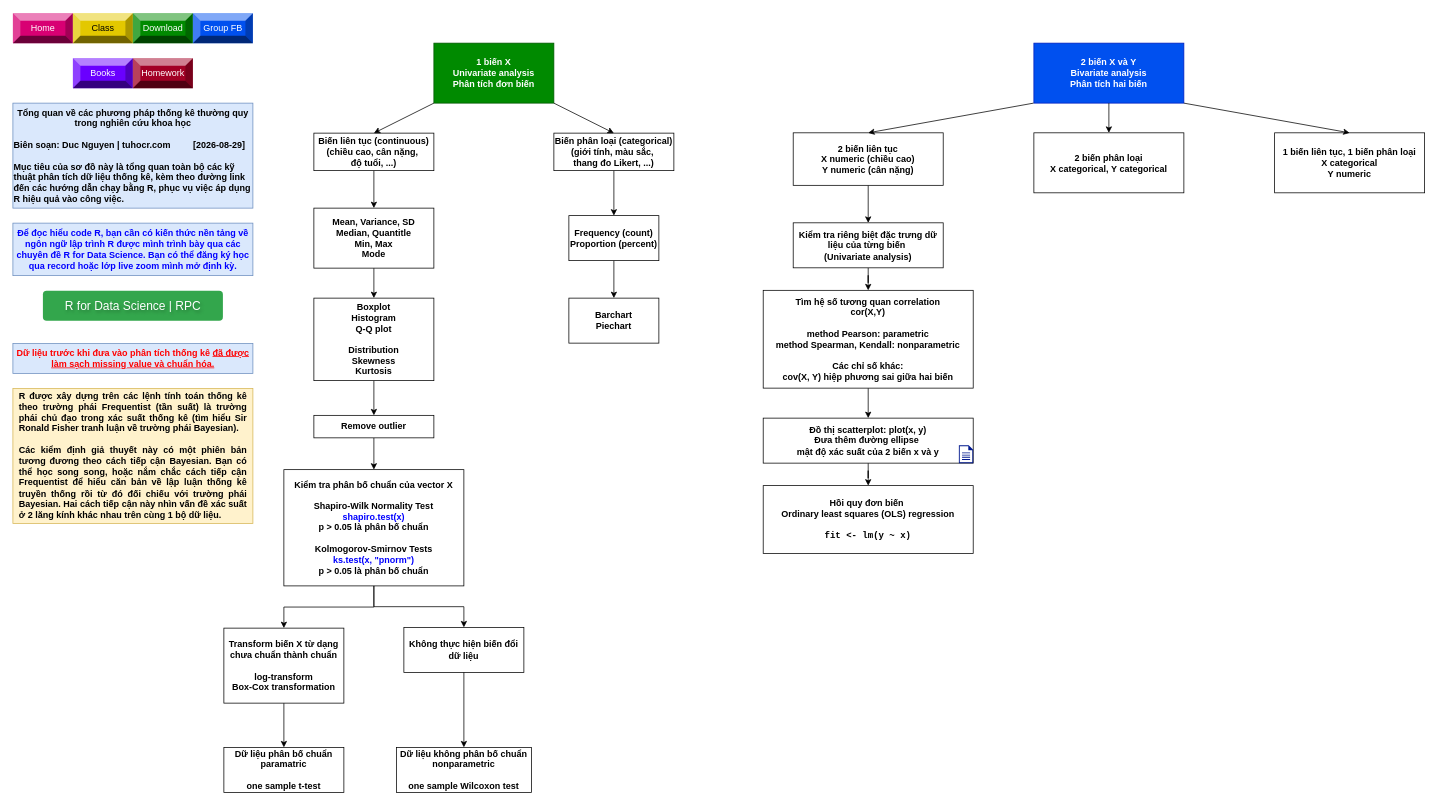
Before: blog/cac-phuong-phap-thong-ke-thuong-quy/roadmap.drawio in tuhocr/thongkevavedothi, a draw.io diagram. Source tidied: cells renumbered, new cells numbered last; positions are measured from the earlier drawing's top-left corner, leaving out a move shared by most shapes. Both pictures are drawn from the tidied source at 75%, with x=0, y=0 at pixel (13, 13). Pictures stored in the file or linked from it are replaced by grey dashed boxes.
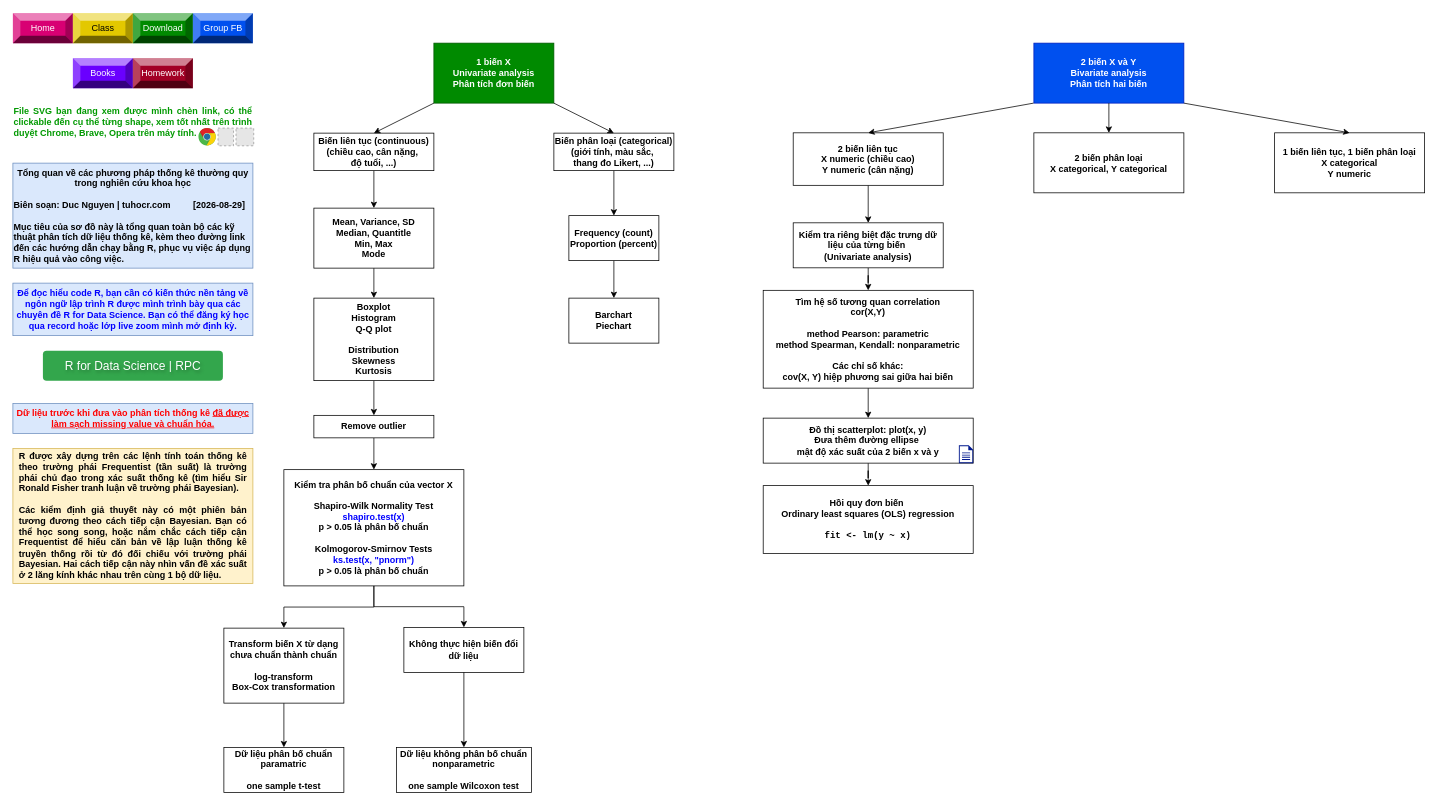
The same diagram, later.

The edit, as a diff of the source:
```diff
@@
     <mxCell id="26" value="&lt;span style=&quot;color: rgb(255, 0, 0);&quot;&gt;Dữ liệu trước khi đưa vào phân tích thống kê &lt;u&gt;đã được&lt;/u&gt; &lt;u&gt;làm sạch missing value và chuẩn hóa.&lt;/u&gt;&lt;/span&gt;" style="rounded=0;whiteSpace=wrap;html=1;fontStyle=1;fillColor=#dae8fc;strokeColor=#6c8ebf;" parent="1" vertex="1">
-      <mxGeometry x="-0.3" y="440.4" width="320" height="40" as="geometry" />
+      <mxGeometry x="-0.3" y="520.4" width="320" height="40" as="geometry" />
     </mxCell>
@@
     <mxCell id="43" value="&lt;div style=&quot;text-align: justify;&quot;&gt;&lt;span style=&quot;background-color: transparent;&quot;&gt;R được xây dựng trên các lệnh tính toán thống kê theo trường phái Frequentist (tần suất) là trường phái chủ đạo trong xác suất thống kê&amp;nbsp;&lt;/span&gt;&lt;span style=&quot;background-color: transparent;&quot;&gt;(tìm hiểu Sir Ronald Fisher tranh luận về trường phái Bayesian).&lt;/span&gt;&lt;/div&gt;&lt;div style=&quot;text-align: justify;&quot;&gt;&lt;span style=&quot;&quot;&gt;&lt;br&gt;&lt;/span&gt;&lt;/div&gt;&lt;div style=&quot;text-align: justify;&quot;&gt;&lt;span style=&quot;&quot;&gt;Các kiểm định giả thuyết này có một phiên bản tương đương theo cách tiếp cận Bayesian. Bạn có thể học song song, hoặc nắm chắc cách tiếp cận Frequentist để hiểu căn bản về lập luận thống kê truyền thống rồi từ đó đối chiếu với trường phái Bayesian. Hai cách tiếp cận này nhìn vấn đề xác suất ở 2 lăng kính khác nhau trên cùng 1 bộ dữ liệu.&lt;/span&gt;&lt;/div&gt;" style="rounded=0;whiteSpace=wrap;html=1;fontStyle=1;fillColor=#fff2cc;strokeColor=#d6b656;spacingLeft=7.874;spacingRight=7.874;spacingTop=7.874;spacingBottom=7.874;fontColor=#000000;" parent="1" vertex="1">
-      <mxGeometry x="-0.3" y="500.4" width="320" height="180" as="geometry" />
+      <mxGeometry x="-0.3" y="580.4" width="320" height="180" as="geometry" />
     </mxCell>
@@
     <mxCell id="47" value="&lt;font&gt;Tổng quan về các phương pháp thống kê thường quy trong nghiên cứu khoa học&lt;/font&gt;&lt;div&gt;&lt;font&gt;&lt;br&gt;&lt;/font&gt;&lt;div style=&quot;text-align: left;&quot;&gt;&lt;font&gt;Biên soạn: Duc Nguyen | tuhocr.com&amp;nbsp; &amp;nbsp; &amp;nbsp; &amp;nbsp; &amp;nbsp;[&lt;/font&gt;&lt;span style=&quot;background-color: transparent;&quot;&gt;2026-08-29]&lt;/span&gt;&lt;/div&gt;&lt;div style=&quot;text-align: left;&quot;&gt;&lt;span style=&quot;background-color: transparent;&quot;&gt;&lt;br&gt;&lt;/span&gt;&lt;/div&gt;&lt;div style=&quot;text-align: left;&quot;&gt;&lt;span style=&quot;background-color: transparent;&quot;&gt;Mục tiêu của sơ đồ này là tổng quan toàn bộ các kỹ thuật phân tích dữ liệu thống kê, kèm theo đường link đến các hướng dẫn chạy bằng R, phục vụ việc áp dụng R hiệu quả vào công việc.&amp;nbsp;&lt;/span&gt;&lt;/div&gt;&lt;/div&gt;" style="rounded=0;whiteSpace=wrap;html=1;fontStyle=1;fillColor=#dae8fc;strokeColor=#6c8ebf;fontColor=#000000;" parent="1" vertex="1">
-      <mxGeometry x="-0.3" y="120" width="320" height="140" as="geometry" />
+      <mxGeometry x="-0.3" y="200" width="320" height="140" as="geometry" />
     </mxCell>
@@
     <mxCell id="49" value="&lt;font&gt;Để đọc hiểu code R, bạn cần có kiến thức nền tảng về ngôn ngữ lập trình R được mình trình bày qua các chuyên đề R for Data Science. Bạn có thể đăng ký học qua record hoặc lớp live zoom mình mở định kỳ.&lt;/font&gt;" style="rounded=0;whiteSpace=wrap;html=1;fontStyle=1;fillColor=#dae8fc;strokeColor=#6c8ebf;fontColor=#0000FF;" parent="1" vertex="1">
-      <mxGeometry x="-0.3" y="280" width="320" height="70" as="geometry" />
+      <mxGeometry x="-0.3" y="360" width="320" height="70" as="geometry" />
     </mxCell>
     <mxCell id="50" value="R for Data Science | RPC" style="html=1;shadow=0;dashed=0;shape=mxgraph.bootstrap.rrect;rSize=5;strokeColor=none;strokeWidth=1;fillColor=#33A64C;fontColor=#FFFFFF;whiteSpace=wrap;align=center;verticalAlign=middle;spacingLeft=0;fontStyle=0;fontSize=16;spacing=5;textShadow=1;" parent="1" vertex="1">
-      <mxGeometry x="39.7" y="370" width="240" height="40" as="geometry" />
+      <mxGeometry x="39.7" y="450" width="240" height="40" as="geometry" />
     </mxCell>
@@
+    <mxCell id="54" value="&lt;div style=&quot;text-align: justify;&quot;&gt;&lt;span style=&quot;color: light-dark(rgb(0, 153, 0), rgb(50, 181, 50)); background-color: transparent;&quot;&gt;&lt;font&gt;File SVG bạn đang xem được mình chèn link, có thể clickable đến cụ thể từng shape, xem tốt nhất trên trình duyệt Chrome, Brave, Opera trên máy tính.&lt;/font&gt;&lt;/span&gt;&lt;/div&gt;" style="rounded=0;whiteSpace=wrap;html=1;fontStyle=1;strokeColor=none;fillColor=none;" parent="1" vertex="1">
+      <mxGeometry x="-0.3" y="120" width="320" height="50" as="geometry" />
+    </mxCell>
+    <mxCell id="55" style="dashed=0;html=1;align=center;labelPosition=center;verticalLabelPosition=bottom;verticalAlign=top;shape=mxgraph.weblogos.chrome;" parent="1" vertex="1">
+      <mxGeometry x="247.1" y="153.3" width="23.4" height="23.6" as="geometry" />
+    </mxCell>
+    <mxCell id="56" style="fillColor=#E6E6E6;strokeColor=#999999;dashed=1;verticalLabelPosition=bottom;verticalAlign=top;" parent="1" vertex="1">
+      <mxGeometry x="273.2" y="153.3" width="20.7" height="23.6" as="geometry" />
+    </mxCell>
+    <mxCell id="57" style="fillColor=#E6E6E6;strokeColor=#999999;dashed=1;verticalLabelPosition=bottom;verticalAlign=top;" parent="1" vertex="1">
+      <mxGeometry x="297.2" y="153.3" width="23.6" height="23.6" as="geometry" />
+    </mxCell>
```
